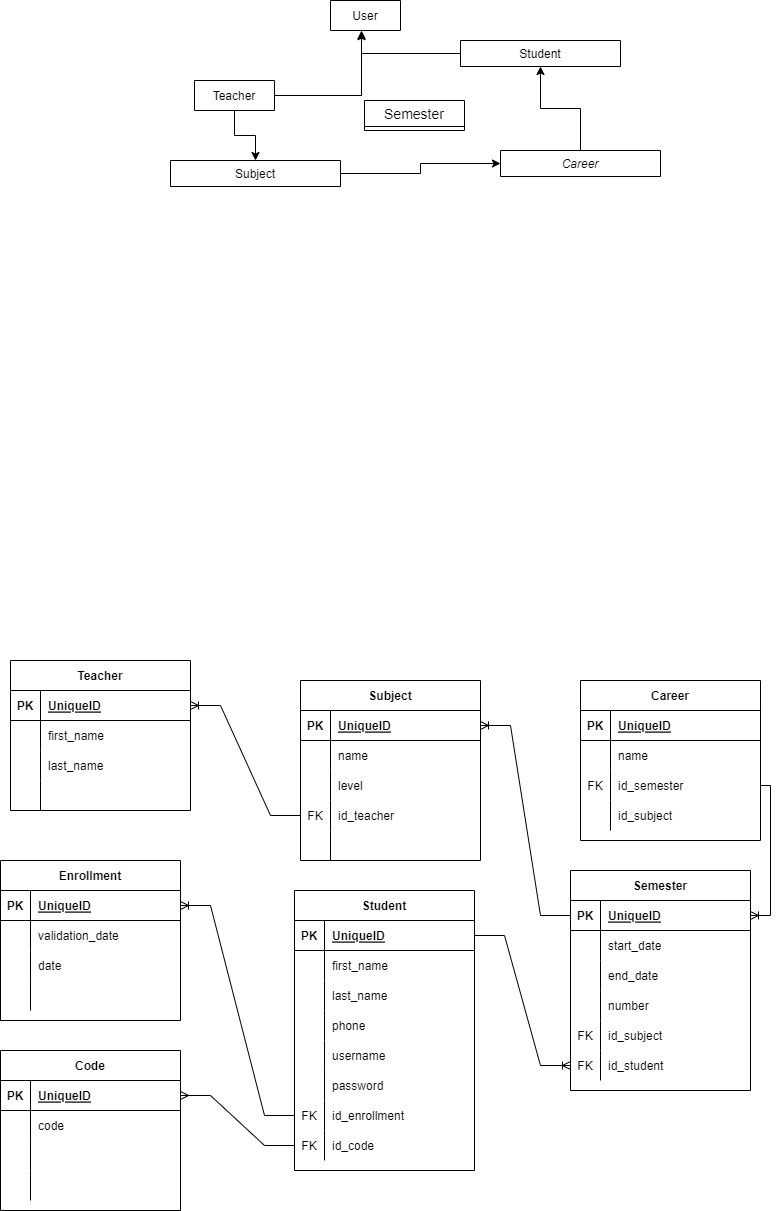
This is University Diagram.drawio.png from GuilleAlvarado/draw, a draw.io export, as it was before one commit. Source tidied: cells renumbered, new cells last; positions are measured from the earlier drawing's top-left corner, leaving out a move shared by most shapes.
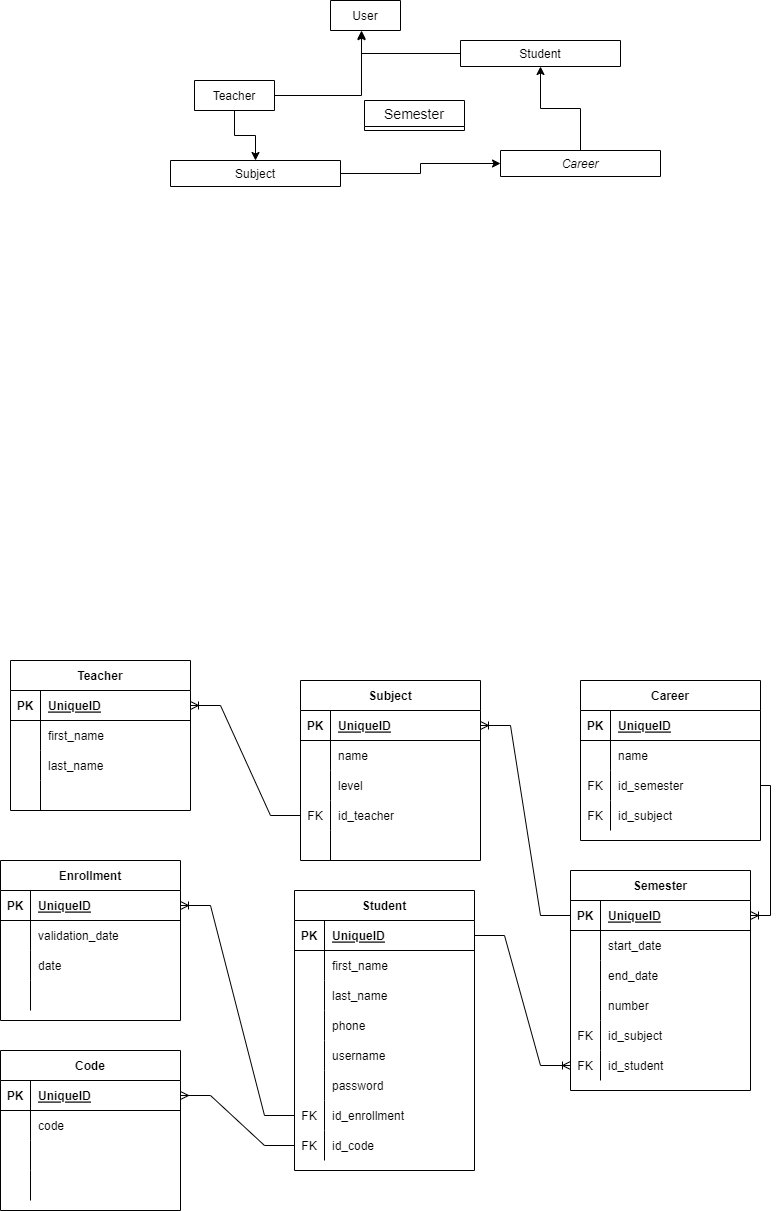
The same diagram one commit later.

The edit, as a diff of the source:
```diff
@@ -113,7 +113,7 @@
     <mxCell id="38" style="shape=tableRow;horizontal=0;startSize=0;swimlaneHead=0;swimlaneBody=0;fillColor=none;top=0;left=0;right=0;bottom=0;" parent="28" vertex="1">
       <mxGeometry y="120" width="180" height="30" as="geometry" />
     </mxCell>
-    <mxCell id="39" style="shape=partialRectangle;fillColor=none;top=0;left=0;bottom=0;right=0;overflow=hidden;" parent="38" vertex="1">
+    <mxCell id="39" value="FK" style="shape=partialRectangle;fillColor=none;top=0;left=0;bottom=0;right=0;overflow=hidden;" parent="38" vertex="1">
       <mxGeometry width="30" height="30" as="geometry" />
     </mxCell>
     <mxCell id="40" value="id_subject" style="shape=partialRectangle;fillColor=none;top=0;left=0;bottom=0;right=0;align=left;spacingLeft=6;overflow=hidden;" parent="38" vertex="1">
```
